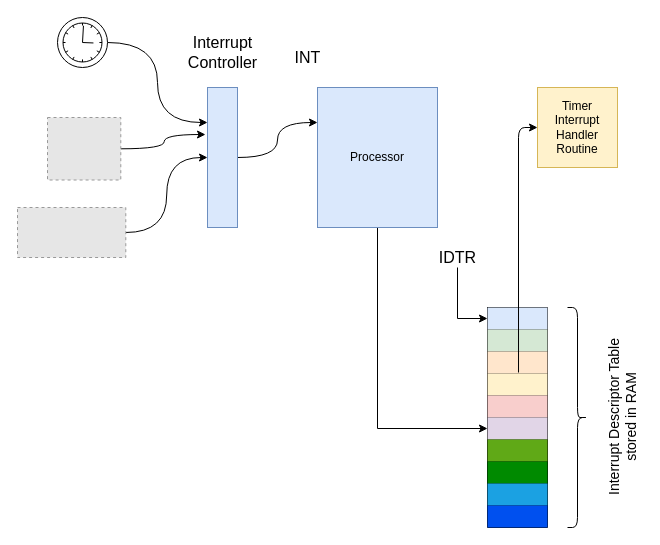
This is interrupt-to-routine.drawio from estraining/diagram-store, a draw.io file, before an edit. Source tidied: cells renumbered, new cells numbered last; positions are measured from the earlier drawing's top-left corner, leaving out a move shared by most shapes. Both pictures are drawn from the tidied source at 100%, with x=0, y=0 at pixel (17, 17). Pictures stored in the file or linked from it are replaced by grey dashed boxes.
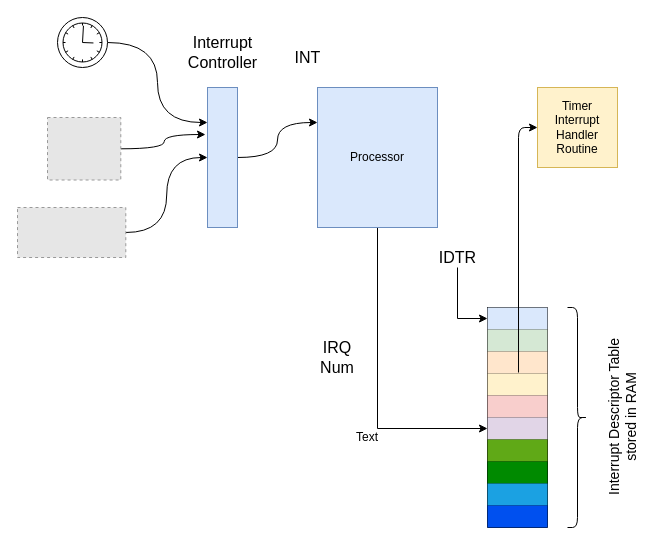
The same page after the edit.

Diff of the diagram source:
```diff
@@
+    <mxCell id="41" value="Text" style="text;html=1;strokeColor=none;fillColor=none;align=center;verticalAlign=middle;whiteSpace=wrap;rounded=0;" parent="1" vertex="1">
+      <mxGeometry x="330" y="410" width="40" height="20" as="geometry" />
+    </mxCell>
+    <mxCell id="42" value="&lt;font style=&quot;font-size: 16px&quot;&gt;IRQ Num&lt;/font&gt;" style="text;html=1;strokeColor=none;fillColor=none;align=center;verticalAlign=middle;whiteSpace=wrap;rounded=0;" parent="1" vertex="1">
+      <mxGeometry x="300" y="330" width="40" height="20" as="geometry" />
+    </mxCell>
```
